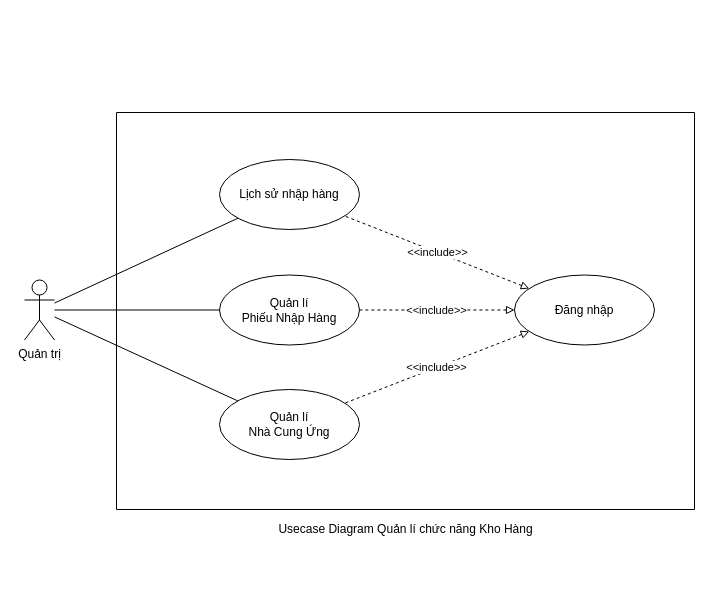
Above: Nam3_HK1/CNPM_SoftTech/Usecase Diagrams/UD_6_Warehourse.drawio in EdgarIgnite16/SGU-Course (draw.io), before the change. Source tidied: cells renumbered, new cells numbered last; positions are measured from the earlier drawing's top-left corner, leaving out a move shared by most shapes. Both pictures are drawn from the tidied source at 100%, with x=0, y=0 at pixel (24, 112).
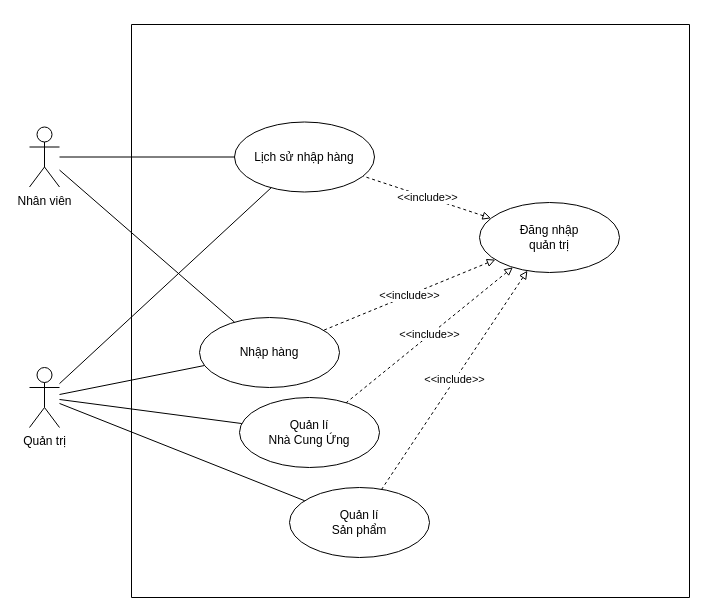
The same page after the edit.

Diff of the diagram source:
```diff
@@
-    <mxCell id="2" style="rounded=0;jettySize=auto;html=1;endArrow=none;endFill=0;" parent="1" edge="1" source="3" target="5">
+    <mxCell id="2" style="rounded=0;jettySize=auto;html=1;endArrow=none;endFill=0;" parent="1" edge="1" source="18" target="5">
       <mxGeometry relative="1" as="geometry" />
     </mxCell>
-    <mxCell id="3" value="Quản trị" style="shape=umlActor;verticalLabelPosition=bottom;verticalAlign=top;html=1;outlineConnect=0;" parent="1" vertex="1">
-      <mxGeometry y="167.5" width="30" height="60" as="geometry" />
+    <mxCell id="3" value="Nhân viên" style="shape=umlActor;verticalLabelPosition=bottom;verticalAlign=top;html=1;outlineConnect=0;" parent="1" vertex="1">
+      <mxGeometry x="5" y="14.5" width="30" height="60" as="geometry" />
     </mxCell>
     <mxCell id="4" style="swimlane;startSize=0;" parent="1" vertex="1">
-      <mxGeometry x="92" width="578" height="397" as="geometry" />
+      <mxGeometry x="107" y="-88" width="558" height="573" as="geometry" />
     </mxCell>
-    <mxCell id="5" value="Quản lí &lt;br&gt;Phiếu Nhập Hàng" style="ellipse;whiteSpace=wrap;html=1;" parent="4" vertex="1">
-      <mxGeometry x="103" y="162.5" width="140" height="70" as="geometry" />
+    <mxCell id="5" value="Nhập hàng" style="ellipse;whiteSpace=wrap;html=1;" parent="4" vertex="1">
+      <mxGeometry x="68" y="293" width="140" height="70" as="geometry" />
     </mxCell>
@@
-    <mxCell id="7" value="Đăng nhập" style="ellipse;whiteSpace=wrap;html=1;" parent="4" vertex="1">
-      <mxGeometry x="398" y="162.5" width="140" height="70" as="geometry" />
+    <mxCell id="7" value="Đăng nhập&lt;br&gt;quản trị" style="ellipse;whiteSpace=wrap;html=1;" parent="4" vertex="1">
+      <mxGeometry x="348" y="178" width="140" height="70" as="geometry" />
     </mxCell>
     <mxCell id="8" value="Lịch sử nhập hàng" style="ellipse;whiteSpace=wrap;html=1;" parent="4" vertex="1">
-      <mxGeometry x="103" y="47" width="140" height="70" as="geometry" />
+      <mxGeometry x="103" y="97.5" width="140" height="70" as="geometry" />
     </mxCell>
@@
     <mxCell id="10" value="Quản lí&lt;br&gt;Nhà Cung Ứng" style="ellipse;whiteSpace=wrap;html=1;" parent="4" vertex="1">
-      <mxGeometry x="103" y="277" width="140" height="70" as="geometry" />
+      <mxGeometry x="108" y="373" width="140" height="70" as="geometry" />
     </mxCell>
@@
+    <mxCell id="16" value="Quản lí&lt;br&gt;Sản phẩm" style="ellipse;whiteSpace=wrap;html=1;" parent="4" vertex="1">
+      <mxGeometry x="158" y="463" width="140" height="70" as="geometry" />
+    </mxCell>
+    <mxCell id="17" value="&amp;lt;&amp;lt;include&amp;gt;&amp;gt;&lt;br&gt;" style="jettySize=auto;html=1;strokeColor=default;rounded=0;dashed=1;endArrow=none;endFill=0;startArrow=block;startFill=0;" parent="4" edge="1" source="7" target="16">
+      <mxGeometry relative="1" as="geometry" />
+    </mxCell>
@@
-    <mxCell id="13" value="Usecase Diagram Quản lí chức năng Kho Hàng" style="text;html=1;align=center;verticalAlign=middle;strokeColor=none;fillColor=none;" parent="1" vertex="1">
-      <mxGeometry x="246" y="407" width="270" height="20" as="geometry" />
-    </mxCell>
@@
-    <mxCell id="15" style="rounded=0;jettySize=auto;html=1;endArrow=none;endFill=0;" parent="1" edge="1" source="3" target="10">
+    <mxCell id="15" style="rounded=0;jettySize=auto;html=1;endArrow=none;endFill=0;" parent="1" edge="1" source="18" target="10">
       <mxGeometry relative="1" as="geometry" />
     </mxCell>
+    <mxCell id="18" value="Quản trị" style="shape=umlActor;verticalLabelPosition=bottom;verticalAlign=top;html=1;outlineConnect=0;" parent="1" vertex="1">
+      <mxGeometry x="5" y="255" width="30" height="60" as="geometry" />
+    </mxCell>
+    <mxCell id="19" style="rounded=0;jettySize=auto;html=1;endArrow=none;endFill=0;" parent="1" edge="1" source="18" target="8">
+      <mxGeometry relative="1" as="geometry" />
+    </mxCell>
+    <mxCell id="20" style="rounded=0;jettySize=auto;html=1;endArrow=none;endFill=0;" parent="1" edge="1" source="18" target="16">
+      <mxGeometry relative="1" as="geometry" />
+    </mxCell>
+    <mxCell id="21" style="rounded=0;jettySize=auto;html=1;endArrow=none;endFill=0;" parent="1" edge="1" source="3" target="5">
+      <mxGeometry relative="1" as="geometry" />
+    </mxCell>
```
